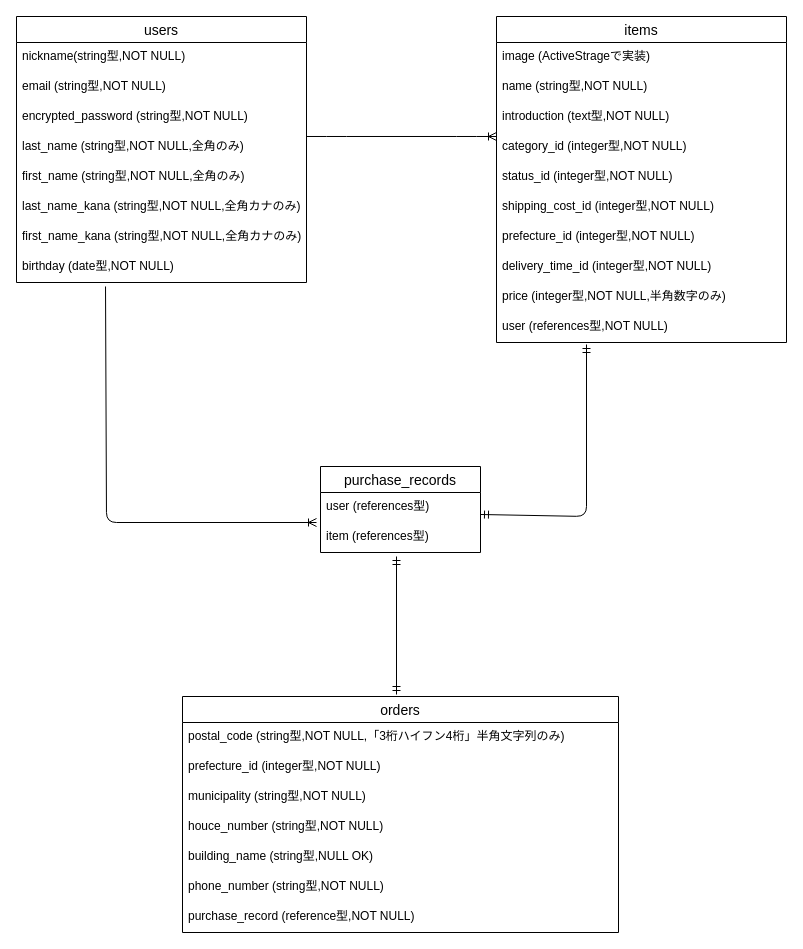
Earlier version of the draw.io diagram furima-ER.dio (sekikazuya/furima-36569). Source tidied: cells renumbered, new cells numbered last; positions are measured from the earlier drawing's top-left corner, leaving out a move shared by most shapes. Both pictures are drawn from the tidied source at 100%, with x=0, y=0 at pixel (16, 16).
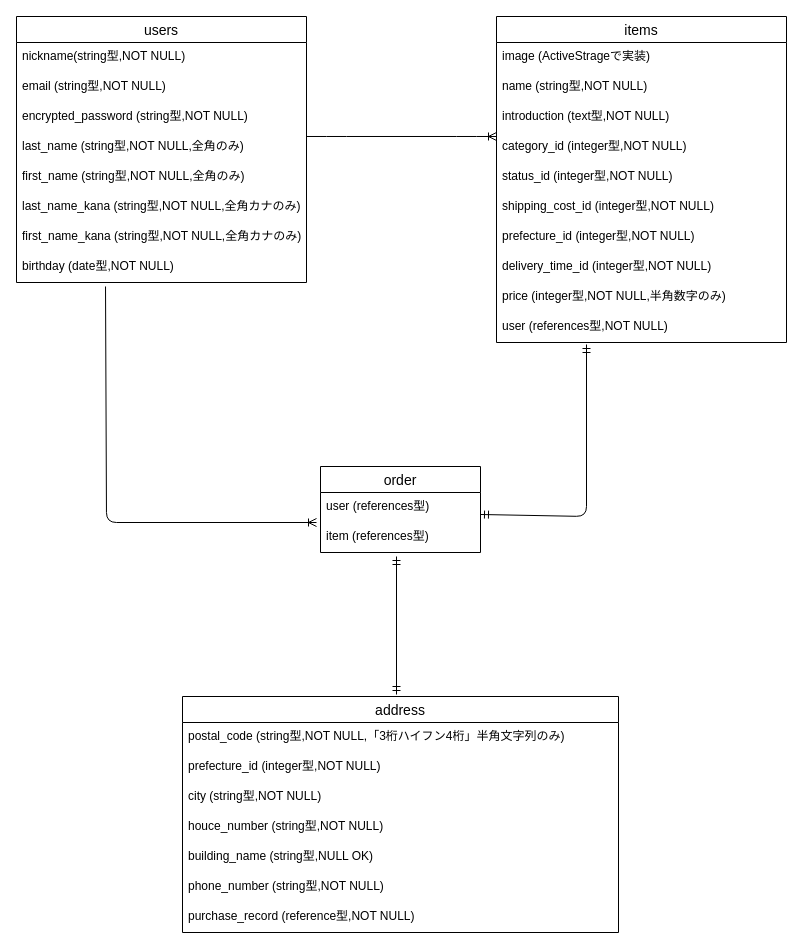
The same page after the edit.

Change to the diagram source:
```diff
@@
-    <mxCell id="22" value="orders" style="swimlane;fontStyle=0;horizontal=1;startSize=26;align=center;fontSize=14;" parent="1" vertex="1">
+    <mxCell id="22" value="address" style="swimlane;fontStyle=0;horizontal=1;startSize=26;align=center;fontSize=14;" parent="1" vertex="1">
       <mxGeometry x="166" y="680" width="436" height="236" as="geometry" />
     </mxCell>
@@
-    <mxCell id="25" value="municipality (string型,NOT NULL)" style="text;strokeColor=none;fillColor=none;spacingLeft=4;spacingRight=4;overflow=hidden;fontSize=12;" parent="22" vertex="1">
+    <mxCell id="25" value="city (string型,NOT NULL)" style="text;strokeColor=none;fillColor=none;spacingLeft=4;spacingRight=4;overflow=hidden;fontSize=12;" parent="22" vertex="1">
       <mxGeometry y="86" width="436" height="30" as="geometry" />
     </mxCell>
@@
-    <mxCell id="33" value="purchase_records" style="swimlane;fontStyle=0;horizontal=1;startSize=26;align=center;fontSize=14;" parent="1" vertex="1">
+    <mxCell id="33" value="order" style="swimlane;fontStyle=0;horizontal=1;startSize=26;align=center;fontSize=14;" parent="1" vertex="1">
       <mxGeometry x="304" y="450" width="160" height="86" as="geometry" />
     </mxCell>
```
